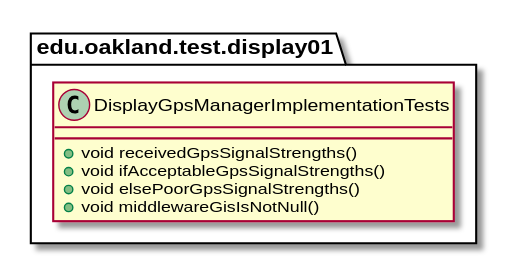
Above: docs/uml-class-diagrams/display01/test/DisplayGpsManagerImplementationTests/DisplayGpsManagerImplementationTests.svg in andrewdimmer/csi-3370-software-project (PlantUML), before the change.
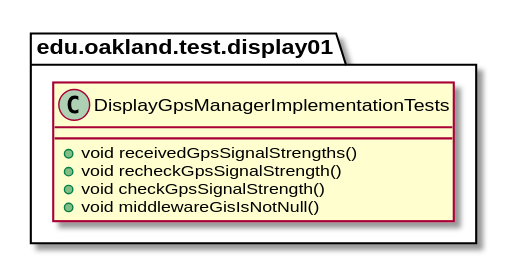
Above is the later version.

Change to the diagram source:
```diff
@@ -3,8 +3,8 @@
 package edu.oakland.test.display01 {
     class DisplayGpsManagerImplementationTests {
         + void receivedGpsSignalStrengths()
-        + void ifAcceptableGpsSignalStrengths()
-        + void elsePoorGpsSignalStrengths()
+        + void recheckGpsSignalStrength()
+        + void checkGpsSignalStrength()
         + void middlewareGisIsNotNull()
     }
 }
```
